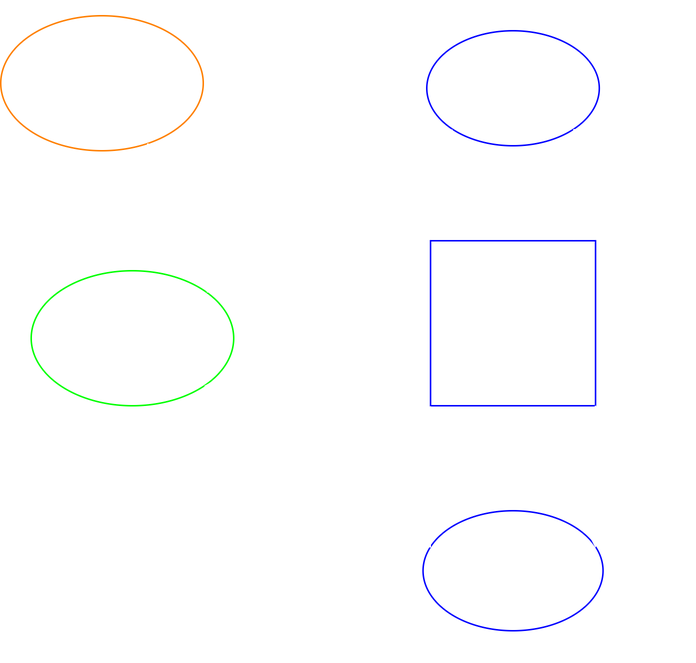
This is smart_spaces/smart_spaces_scenario_3.png from DevilishSasuke/masters_study, a draw.io export, as it was before one commit. Source tidied: cells renumbered, new cells last; positions are measured from the earlier drawing's top-left corner, leaving out a move shared by most shapes.
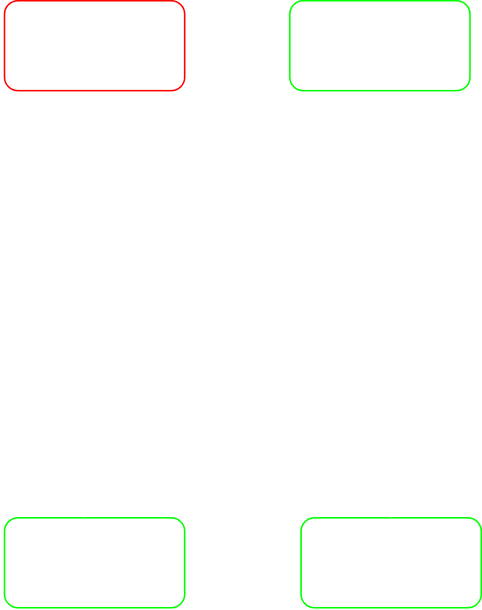
After the commit.

Commit message:
reworked part 1 and 2 smart spaces

Diff of the diagram source:
```diff
@@ -2,74 +2,62 @@
   <root>
     <mxCell id="0" />
     <mxCell id="1" parent="0" />
-    <mxCell id="2" value="&lt;span style=&quot;font-size: 15px;&quot;&gt;Пользователь системы&lt;/span&gt;" style="ellipse;whiteSpace=wrap;html=1;fillColor=none;strokeColor=light-dark(#000000,#FF8000);" parent="1" vertex="1">
-      <mxGeometry y="10" width="135" height="90" as="geometry" />
-    </mxCell>
-    <mxCell id="3" style="endArrow=classic;html=1;rounded=0;entryX=0.613;entryY=0.008;entryDx=0;entryDy=0;exitX=0.296;exitY=-0.052;exitDx=0;exitDy=0;exitPerimeter=0;entryPerimeter=0;" parent="1" edge="1" source="16" target="12">
-      <mxGeometry relative="1" as="geometry" />
-    </mxCell>
-    <mxCell id="4" style="ellipse;whiteSpace=wrap;html=1;fillColor=none;perimeterSpacing=1;" parent="1" vertex="1">
-      <mxGeometry x="220.3" width="242.4" height="440" as="geometry" />
-    </mxCell>
-    <mxCell id="5" value="&lt;font style=&quot;font-size: 18px;&quot;&gt;Система мониторинга дорожного покрытия&lt;/font&gt;" style="whiteSpace=wrap;html=1;fillColor=none;strokeColor=light-dark(#000000,#0000FF);" parent="1" vertex="1">
-      <mxGeometry x="286.5" y="160" width="110" height="110" as="geometry" />
+    <mxCell id="5" value="&lt;font style=&quot;font-size: 16px;&quot;&gt;Система мониторинга дорожного покрытия&lt;/font&gt;" style="ellipse;whiteSpace=wrap;html=1;fillColor=none;strokeColor=light-dark(#000000,#FFFFFF);" parent="1" vertex="1">
+      <mxGeometry x="10" y="110" width="292.5" height="195" as="geometry" />
     </mxCell>
-    <mxCell id="6" value="&lt;font style=&quot;font-size: 20px;&quot;&gt;Облачная система&lt;/font&gt;" style="ellipse;whiteSpace=wrap;html=1;fillColor=none;strokeColor=light-dark(#000000,#0000FF);" parent="1" vertex="1">
-      <mxGeometry x="284" y="20" width="115" height="76.7" as="geometry" />
-    </mxCell>
-    <mxCell id="7" style="edgeStyle=orthogonalEdgeStyle;rounded=0;jettySize=auto;html=1;exitX=0.136;exitY=-0.011;exitDx=0;exitDy=0;entryX=0;entryY=1;entryDx=0;entryDy=0;exitPerimeter=0;" parent="1" edge="1" source="5" target="6">
-      <mxGeometry relative="1" as="geometry" />
-    </mxCell>
-    <mxCell id="8" style="edgeStyle=orthogonalEdgeStyle;rounded=0;jettySize=auto;html=1;exitX=1;exitY=1;exitDx=0;exitDy=0;entryX=0.869;entryY=-0.003;entryDx=0;entryDy=0;entryPerimeter=0;" parent="1" edge="1" source="6" target="5">
-      <mxGeometry relative="1" as="geometry" />
-    </mxCell>
+    <mxCell id="25" style="edgeStyle=orthogonalEdgeStyle;rounded=0;jettySize=auto;html=1;entryX=0;entryY=0.5;entryDx=0;entryDy=0;" parent="1" edge="1" source="31">
+      <mxGeometry relative="1" as="geometry">
+        <mxPoint x="202.5" y="40" as="targetPoint" />
+      </mxGeometry>
+    </mxCell>
+    <mxCell id="16" value="&lt;font style=&quot;font-size: 25px;&quot;&gt;1&lt;/font&gt;" style="text;html=1;whiteSpace=wrap;strokeColor=none;fillColor=none;align=center;verticalAlign=middle;rounded=0;" parent="1" vertex="1">
+      <mxGeometry x="132.5" y="10" width="60" height="30" as="geometry" />
+    </mxCell>
+    <mxCell id="26" style="edgeStyle=orthogonalEdgeStyle;rounded=0;jettySize=auto;html=1;entryX=0.5;entryY=1;entryDx=0;entryDy=0;" parent="1" edge="1" source="9" target="5">
+      <mxGeometry relative="1" as="geometry">
+        <Array as="points">
+          <mxPoint x="156" y="390" />
+          <mxPoint x="156" y="333" />
+        </Array>
+      </mxGeometry>
+    </mxCell>
-    <mxCell id="9" value="&lt;font style=&quot;font-size: 20px;&quot;&gt;Аналитика данных&lt;/font&gt;" style="ellipse;whiteSpace=wrap;html=1;fillColor=none;strokeColor=light-dark(#000000,#0000FF);" parent="1" vertex="1">
-      <mxGeometry x="281.5" y="340" width="120" height="80" as="geometry" />
+    <mxCell id="9" value="&lt;font style=&quot;font-size: 18px;&quot;&gt;Аналитика данных&lt;/font&gt;" style="rounded=1;whiteSpace=wrap;html=1;strokeColor=light-dark(#000000,#00FF00);fillColor=none;" parent="1" vertex="1">
+      <mxGeometry x="12.5" y="355" width="120" height="60" as="geometry" />
     </mxCell>
-    <mxCell id="10" style="edgeStyle=orthogonalEdgeStyle;rounded=0;jettySize=auto;html=1;exitX=0.957;exitY=0.308;exitDx=0;exitDy=0;entryX=1;entryY=1;entryDx=0;entryDy=0;startArrow=classic;startFill=1;endArrow=none;endFill=0;exitPerimeter=0;" parent="1" edge="1" source="9" target="5">
-      <mxGeometry relative="1" as="geometry" />
-    </mxCell>
-    <mxCell id="11" style="edgeStyle=orthogonalEdgeStyle;rounded=0;jettySize=auto;html=1;exitX=0.04;exitY=0.306;exitDx=0;exitDy=0;entryX=0;entryY=1;entryDx=0;entryDy=0;exitPerimeter=0;" parent="1" edge="1" source="9" target="5">
-      <mxGeometry relative="1" as="geometry" />
-    </mxCell>
-    <mxCell id="12" value="&lt;font style=&quot;font-size: 15px;&quot;&gt;Агент приложения&lt;/font&gt;" style="ellipse;whiteSpace=wrap;html=1;fillColor=none;strokeColor=light-dark(#000000,#00FF00);" parent="1" vertex="1">
-      <mxGeometry x="20.3" y="180" width="135" height="90" as="geometry" />
-    </mxCell>
-    <mxCell id="13" style="endArrow=classic;html=1;rounded=0;entryX=0.002;entryY=0.432;entryDx=0;entryDy=0;entryPerimeter=0;exitX=0.867;exitY=0.156;exitDx=0;exitDy=0;exitPerimeter=0;" parent="1" edge="1" source="12" target="4">
-      <mxGeometry relative="1" as="geometry" />
-    </mxCell>
+    <mxCell id="27" style="edgeStyle=orthogonalEdgeStyle;rounded=0;jettySize=auto;html=1;entryX=0.44;entryY=0;entryDx=0;entryDy=0;entryPerimeter=0;" parent="1" edge="1" source="5" target="9">
+      <mxGeometry relative="1" as="geometry">
+        <Array as="points">
+          <mxPoint x="65" y="330" />
+          <mxPoint x="65" y="330" />
+        </Array>
+      </mxGeometry>
+    </mxCell>
+    <mxCell id="17" value="&lt;font style=&quot;font-size: 25px;&quot;&gt;3&lt;/font&gt;" style="text;html=1;whiteSpace=wrap;strokeColor=none;fillColor=none;align=center;verticalAlign=middle;rounded=0;" parent="1" vertex="1">
+      <mxGeometry x="50" y="305" width="60" height="30" as="geometry" />
+    </mxCell>
+    <mxCell id="19" value="&lt;font style=&quot;font-size: 25px;&quot;&gt;4&lt;/font&gt;" style="text;html=1;whiteSpace=wrap;strokeColor=none;fillColor=none;align=center;verticalAlign=middle;rounded=0;" parent="1" vertex="1">
+      <mxGeometry x="140" y="335" width="60" height="30" as="geometry" />
+    </mxCell>
+    <mxCell id="28" value="&lt;span style=&quot;font-size: 15px;&quot;&gt;Интерактивная карта дефектов&lt;/span&gt;" style="rounded=1;whiteSpace=wrap;html=1;strokeColor=light-dark(#000000,#00FF00);fillColor=none;" parent="1" vertex="1">
+      <mxGeometry x="210" y="355" width="120" height="60" as="geometry" />
+    </mxCell>
+    <mxCell id="24" value="&lt;font style=&quot;font-size: 25px;&quot;&gt;5&lt;/font&gt;" style="text;html=1;whiteSpace=wrap;strokeColor=none;fillColor=none;align=center;verticalAlign=middle;rounded=0;" parent="1" vertex="1">
+      <mxGeometry x="232.5" y="305" width="60" height="30" as="geometry" />
+    </mxCell>
+    <mxCell id="29" style="endArrow=classic;html=1;rounded=0;entryX=0.5;entryY=0;entryDx=0;entryDy=0;" parent="1" edge="1" source="5" target="28">
+      <mxGeometry relative="1" as="geometry" />
+    </mxCell>
+    <mxCell id="30" style="endArrow=classic;html=1;rounded=0;entryX=0.769;entryY=0.071;entryDx=0;entryDy=0;entryPerimeter=0;exitX=0.5;exitY=1;exitDx=0;exitDy=0;" parent="1" edge="1" source="32" target="5">
+      <mxGeometry relative="1" as="geometry" />
+    </mxCell>
-    <mxCell id="14" value="2" style="text;html=1;whiteSpace=wrap;strokeColor=none;fillColor=none;align=center;verticalAlign=middle;rounded=0;" parent="1" vertex="1">
-      <mxGeometry x="135" y="190" width="60" height="30" as="geometry" />
+    <mxCell id="14" value="&lt;font style=&quot;font-size: 25px;&quot;&gt;2&lt;/font&gt;" style="text;html=1;whiteSpace=wrap;strokeColor=none;fillColor=none;align=center;verticalAlign=middle;rounded=0;" parent="1" vertex="1">
+      <mxGeometry x="240" y="80" width="60" height="30" as="geometry" />
     </mxCell>
-    <mxCell id="15" value="Передача данных об обнаруженном дефекте" style="text;html=1;whiteSpace=wrap;strokeColor=none;fillColor=none;align=center;verticalAlign=middle;rounded=0;" parent="1" vertex="1">
-      <mxGeometry x="150.3" y="140" width="60" height="30" as="geometry" />
-    </mxCell>
-    <mxCell id="16" value="1" style="text;html=1;whiteSpace=wrap;strokeColor=none;fillColor=none;align=center;verticalAlign=middle;rounded=0;" parent="1" vertex="1">
-      <mxGeometry x="80.3" y="96.7" width="60" height="30" as="geometry" />
-    </mxCell>
-    <mxCell id="17" value="3" style="text;html=1;whiteSpace=wrap;strokeColor=none;fillColor=none;align=center;verticalAlign=middle;rounded=0;" parent="1" vertex="1">
-      <mxGeometry x="260.3" y="96.7" width="60" height="30" as="geometry" />
-    </mxCell>
-    <mxCell id="18" value="Сохранение данных в облаке" style="text;html=1;whiteSpace=wrap;strokeColor=none;fillColor=none;align=center;verticalAlign=middle;rounded=0;" parent="1" vertex="1">
-      <mxGeometry x="316.5" y="120" width="50" height="25" as="geometry" />
-    </mxCell>
-    <mxCell id="19" value="4" style="text;html=1;whiteSpace=wrap;strokeColor=none;fillColor=none;align=center;verticalAlign=middle;rounded=0;" parent="1" vertex="1">
-      <mxGeometry x="376.5" y="270" width="60" height="30" as="geometry" />
-    </mxCell>
-    <mxCell id="20" value="точная сегментация, анализ и прогнозирование" style="text;html=1;whiteSpace=wrap;strokeColor=none;fillColor=none;align=center;verticalAlign=middle;rounded=0;" parent="1" vertex="1">
-      <mxGeometry x="316.5" y="290" width="60" height="30" as="geometry" />
-    </mxCell>
-    <mxCell id="21" value="Создание/обновление информации о дефекте,&amp;nbsp;&lt;div&gt;обновление интерактивной карты&lt;/div&gt;" style="text;html=1;whiteSpace=wrap;strokeColor=none;fillColor=none;align=center;verticalAlign=middle;rounded=0;" parent="1" vertex="1">
-      <mxGeometry x="150.3" y="300" width="60" height="30" as="geometry" />
-    </mxCell>
-    <mxCell id="22" value="Сообщение о дефекте и необходимые данные" style="text;html=1;whiteSpace=wrap;strokeColor=none;fillColor=none;align=center;verticalAlign=middle;rounded=0;" parent="1" vertex="1">
-      <mxGeometry x="20.3" y="120" width="60" height="30" as="geometry" />
-    </mxCell>
-    <mxCell id="23" style="endArrow=classic;html=1;rounded=0;entryX=1;entryY=1;entryDx=0;entryDy=0;exitX=0.008;exitY=0.578;exitDx=0;exitDy=0;exitPerimeter=0;" parent="1" edge="1" source="4" target="12">
-      <mxGeometry relative="1" as="geometry" />
-    </mxCell>
-    <mxCell id="24" value="5" style="text;html=1;whiteSpace=wrap;strokeColor=none;fillColor=none;align=center;verticalAlign=middle;rounded=0;" parent="1" vertex="1">
-      <mxGeometry x="170.3" y="230" width="60" height="30" as="geometry" />
-    </mxCell>
+    <mxCell id="31" value="&lt;span style=&quot;font-size: 18px;&quot;&gt;Пользователь&lt;/span&gt;" style="rounded=1;whiteSpace=wrap;html=1;strokeColor=light-dark(#000000,#FF0000);fillColor=none;" parent="1" vertex="1">
+      <mxGeometry x="12.5" y="10" width="120" height="60" as="geometry" />
+    </mxCell>
+    <mxCell id="32" value="&lt;span style=&quot;font-size: 15px;&quot;&gt;Агент сообщения о дефектах&lt;/span&gt;" style="rounded=1;whiteSpace=wrap;html=1;strokeColor=light-dark(#000000,#00FF00);fillColor=none;" parent="1" vertex="1">
+      <mxGeometry x="202.5" y="10" width="120" height="60" as="geometry" />
+    </mxCell>
   </root>
 </mxGraphModel>
```
